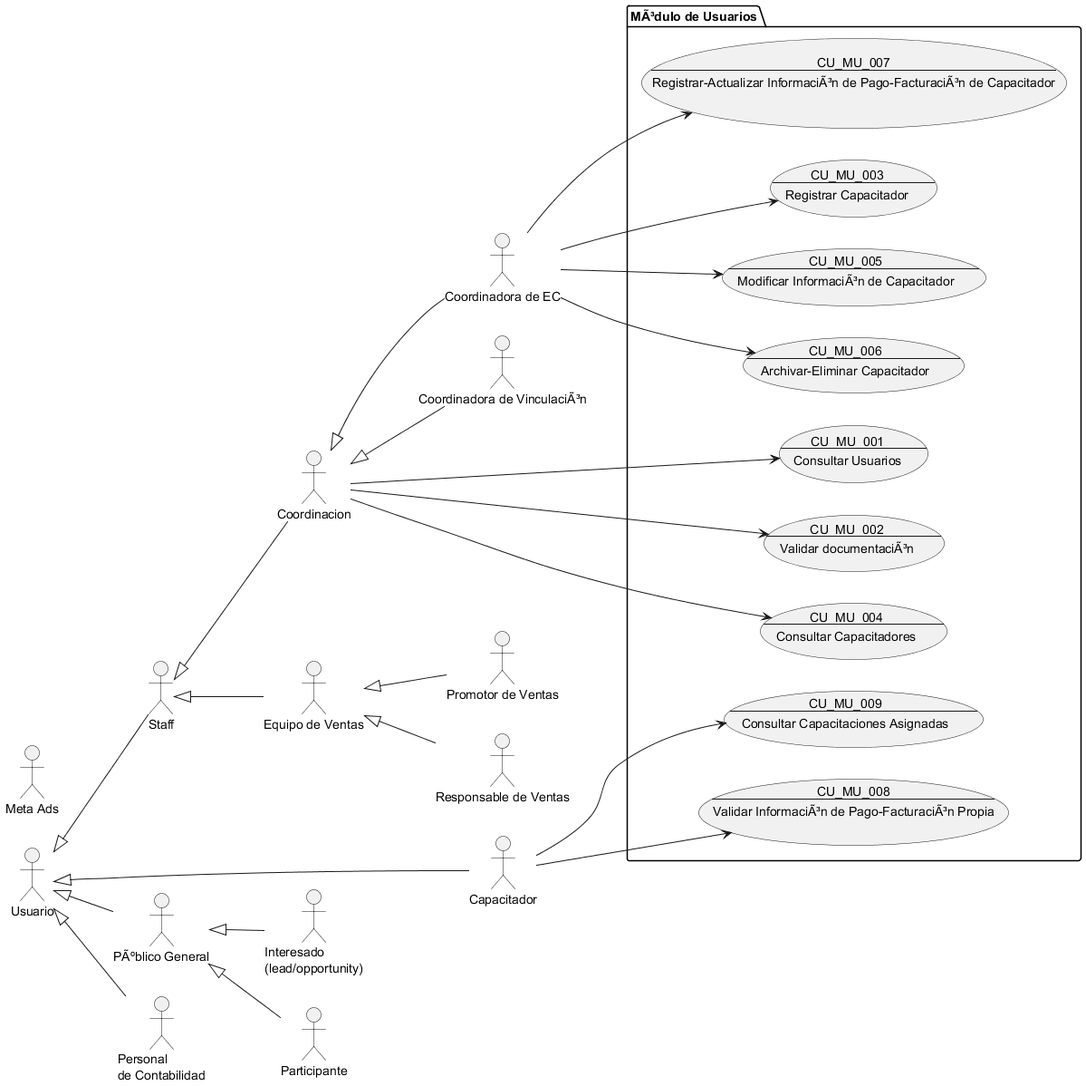
Before: Docs/Requerimientos/Diagramas/img/Módulo de Usuarios.png, a diagram exported from PlantUML (Proyectos-Vinculacion-FMAT/ECFCA).
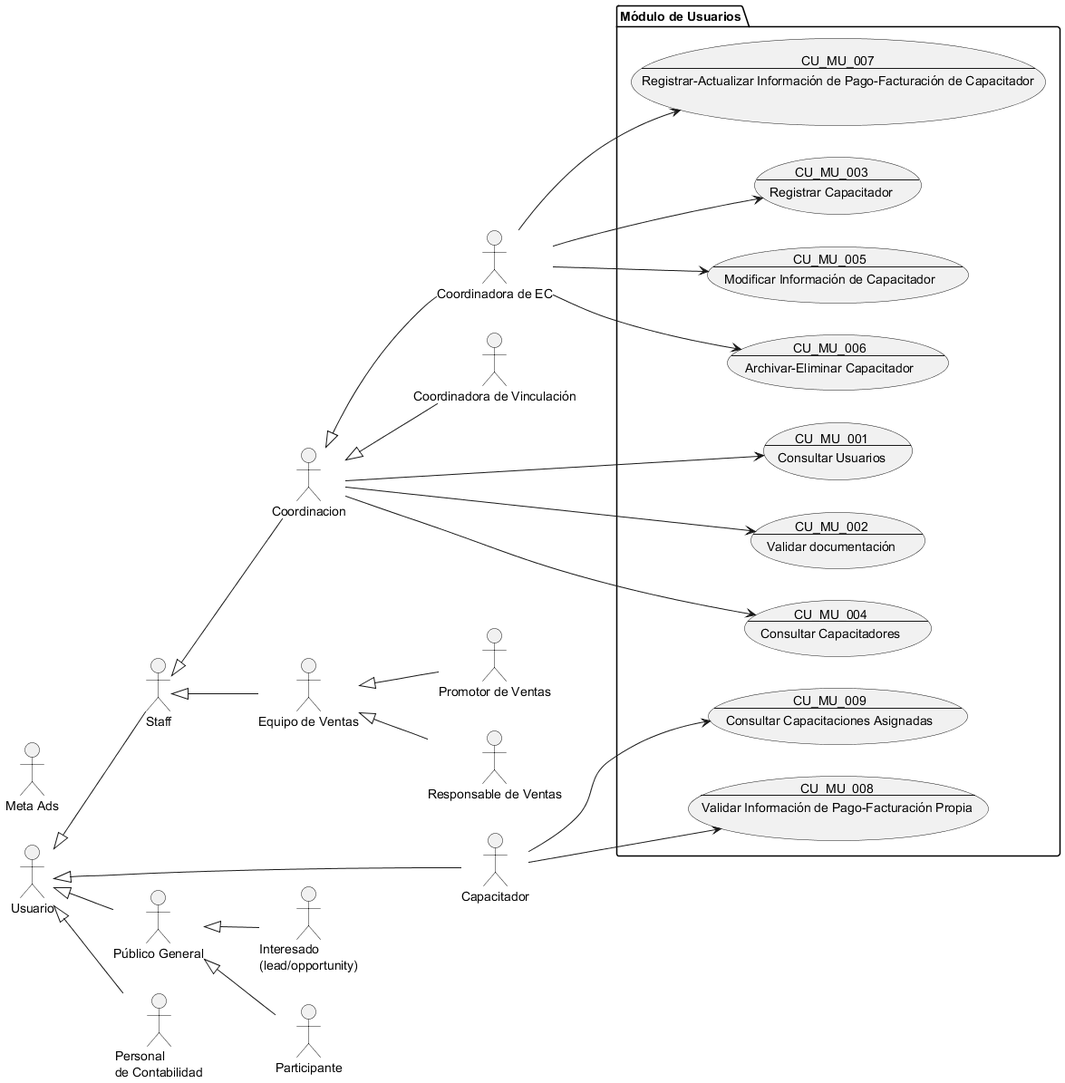
After the commit.

Change to the diagram source:
```diff
@@ -1,8 +1,8 @@
-@startuml MÃ³dulo de Usuarios
+@startuml Módulo de Usuarios
 
 !include Actores.puml
 
-package "MÃ³dulo de Usuarios" {
+package "Módulo de Usuarios" {
     usecase CU_MU_001 as "
     CU_MU_001
     ---
@@ -11,7 +11,7 @@
     usecase CU_MU_002 as "
     CU_MU_002
     ---
-    Validar documentaciÃ³n
+    Validar documentación
     "
     usecase CU_MU_003 as "
     CU_MU_003
@@ -26,7 +26,7 @@
     usecase CU_MU_005 as "
     CU_MU_005
     ---
-    Modificar InformaciÃ³n de Capacitador
+    Modificar Información de Capacitador
     "
     usecase CU_MU_006 as "
     CU_MU_006
@@ -36,12 +36,12 @@
     usecase CU_MU_007 as "
     CU_MU_007
     ---
-    Registrar-Actualizar InformaciÃ³n de Pago-FacturaciÃ³n de Capacitador
+    Registrar-Actualizar Información de Pago-Facturación de Capacitador
     "
     usecase CU_MU_008 as "
     CU_MU_008
     ---
-    Validar InformaciÃ³n de Pago-FacturaciÃ³n Propia
+    Validar Información de Pago-Facturación Propia
     "
     usecase CU_MU_009 as "
     CU_MU_009
```
